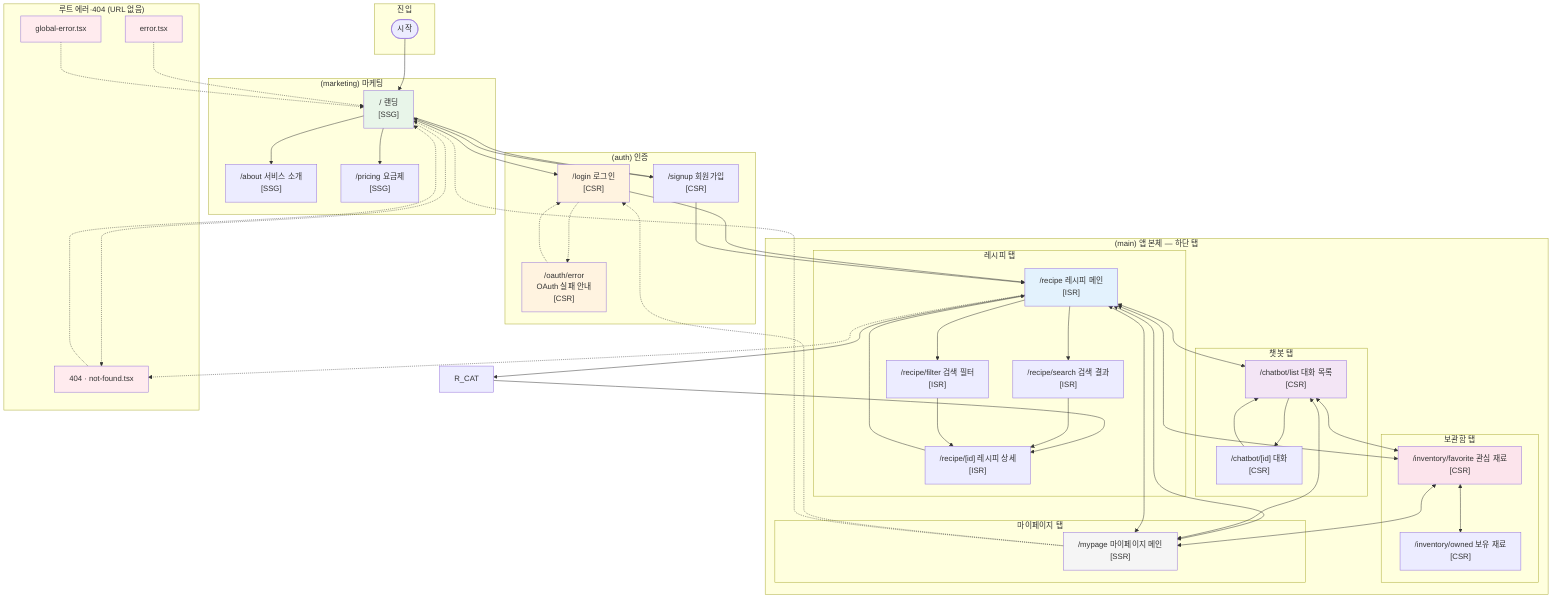
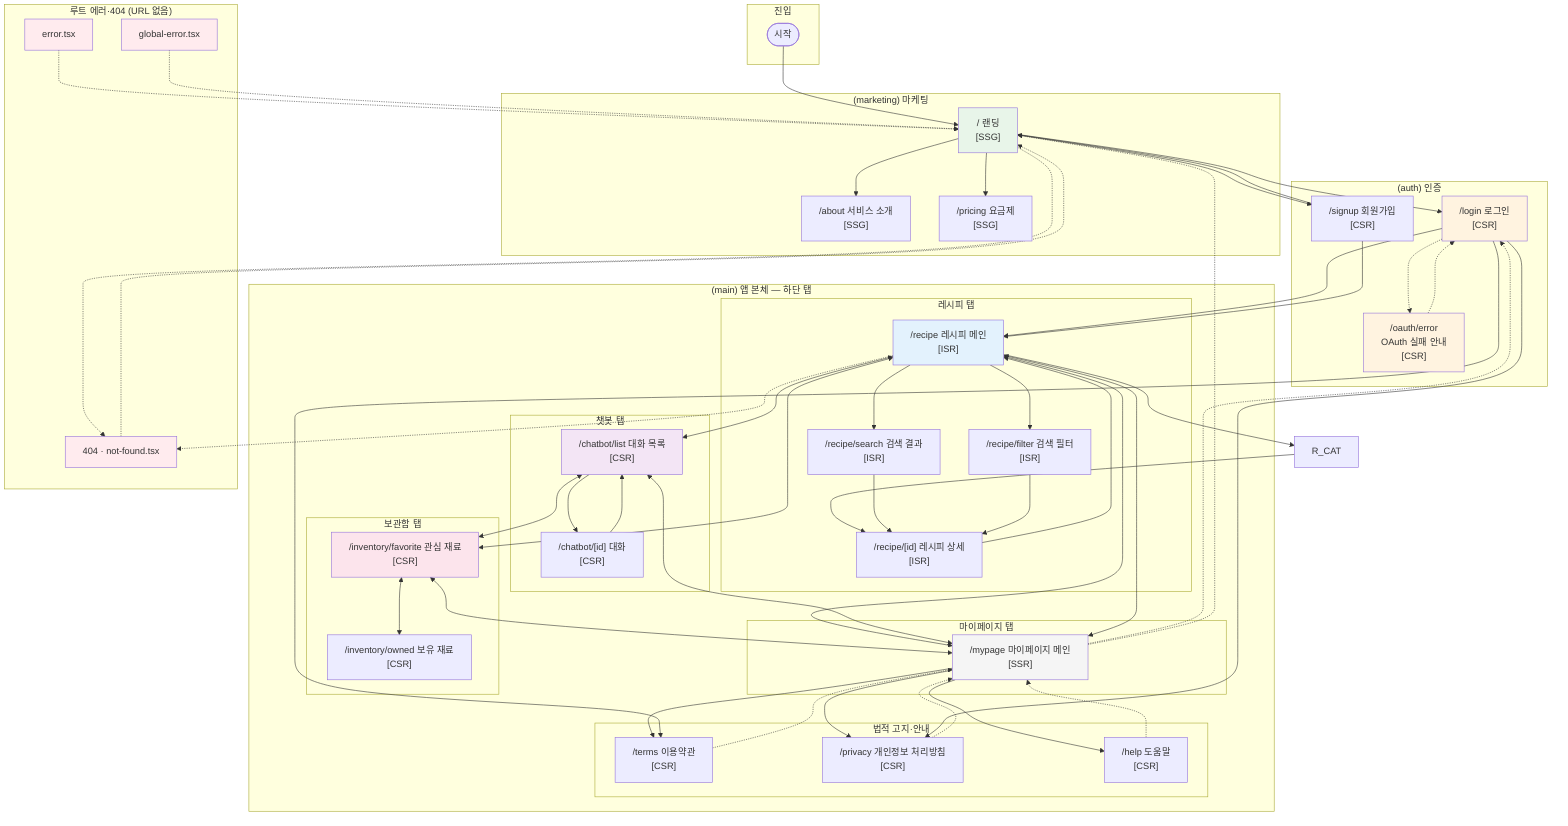
%% 화면 흐름도 (Screen Flowchart)
%% 기준: agent/frontend/spec/frontend_architecture_spec.md §2 페이지 구조 및 라우팅 맵

flowchart TB
    subgraph entry["진입"]
        START([시작])
    end

    subgraph marketing["(marketing) 마케팅"]
        LANDING["/ 랜딩<br/>[SSG]"]
        ABOUT["/about 서비스 소개<br/>[SSG]"]
        PRICING["/pricing 요금제<br/>[SSG]"]
    end

    subgraph auth["(auth) 인증"]
        LOGIN["/login 로그인<br/>[CSR]"]
        SIGNUP["/signup 회원가입<br/>[CSR]"]
        OAUTH_ERR["/oauth/error<br/>OAuth 실패 안내<br/>[CSR]"]
    end

    subgraph main["(main) 앱 본체 — 하단 탭"]
        subgraph recipe_tab["레시피 탭"]
            R_MAIN["/recipe 레시피 메인<br/>[ISR]"]
            R_SEARCH["/recipe/search 검색 결과<br/>[ISR]"]
            R_FILTER["/recipe/filter 검색 필터<br/>[ISR]"]
            R_DETAIL["/recipe/[id] 레시피 상세<br/>[ISR]"]
        end

        subgraph chatbot_tab["챗봇 탭"]
            C_LIST["/chatbot/list 대화 목록<br/>[CSR]"]
            C_CHAT["/chatbot/[id] 대화<br/>[CSR]"]
        end

        subgraph inventory_tab["보관함 탭"]
            INV_FAVORITE["/inventory/favorite 관심 재료<br/>[CSR]"]
            INV_OWNED["/inventory/owned 보유 재료<br/>[CSR]"]
        end

        subgraph mypage_tab["마이페이지 탭"]
            MYPAGE["/mypage 마이페이지 메인<br/>[SSR]"]
+         end
+ 
+         subgraph legal["법적 고지·안내"]
+             TERMS["/terms 이용약관<br/>[CSR]"]
+             PRIVACY["/privacy 개인정보 처리방침<br/>[CSR]"]
+             HELP["/help 도움말<br/>[CSR]"]
        end
    end

    subgraph err_root["루트 에러·404 (URL 없음)"]
        NOT_FOUND["404 · not-found.tsx"]
        ERROR_PAGE["error.tsx"]
        GLOBAL_ERR["global-error.tsx"]
    end

    %% 진입 → 마케팅
    START --> LANDING
    LANDING --> ABOUT
    LANDING --> PRICING

    %% 마케팅 ↔ 인증
    LANDING --> LOGIN
    LANDING --> SIGNUP
    LOGIN -.-> OAUTH_ERR
    OAUTH_ERR -.-> LOGIN
    SIGNUP --> LANDING

    %% OAuth 성공: 백엔드 302로 앱 경로 직행(중간 페이지 없음)

    %% 로그인/회원가입·OAuth 성공 후 앱 진입
    LOGIN --> R_MAIN
    SIGNUP --> R_MAIN

    %% 레시피 탭 내부 흐름
    R_MAIN --> R_CAT
    R_MAIN --> R_SEARCH
    R_MAIN --> R_FILTER
    R_CAT --> R_DETAIL
    R_SEARCH --> R_DETAIL
    R_FILTER --> R_DETAIL
    R_DETAIL --> R_MAIN

    %% 챗봇 탭 내부 흐름
    C_LIST --> C_CHAT
    C_CHAT --> C_LIST

    %% 탭 간 전환 (대표 경로만 표시)
    R_MAIN <--> C_LIST
    R_MAIN <--> INV_FAVORITE
    R_MAIN <--> MYPAGE
    C_LIST <--> INV_FAVORITE
    C_LIST <--> MYPAGE
    INV_FAVORITE <--> INV_OWNED
    INV_FAVORITE <--> MYPAGE
    MYPAGE <--> R_MAIN

    %% 마이페이지에서 로그아웃 등 → 랜딩/로그인
    MYPAGE -.-> LOGIN
    MYPAGE -.-> LANDING
+     MYPAGE --> TERMS
+     MYPAGE --> PRIVACY
+     MYPAGE --> HELP
+     LOGIN --> TERMS
+     LOGIN --> PRIVACY
+     TERMS -.-> MYPAGE
+     PRIVACY -.-> MYPAGE
+     HELP -.-> MYPAGE

    %% 잘못된 경로 → 404
    LANDING -.-> NOT_FOUND
    R_MAIN -.-> NOT_FOUND
    NOT_FOUND -.-> LANDING
    ERROR_PAGE -.-> LANDING
    GLOBAL_ERR -.-> LANDING

    %% 스타일
    style LANDING fill:#e8f5e9
    style LOGIN fill:#fff3e0
    style OAUTH_ERR fill:#fff3e0
    style R_MAIN fill:#e3f2fd
    style C_LIST fill:#f3e5f5
    style INV_FAVORITE fill:#fce4ec
    style MYPAGE fill:#f5f5f5
    style NOT_FOUND fill:#ffebee
    style ERROR_PAGE fill:#ffebee
    style GLOBAL_ERR fill:#ffebee
